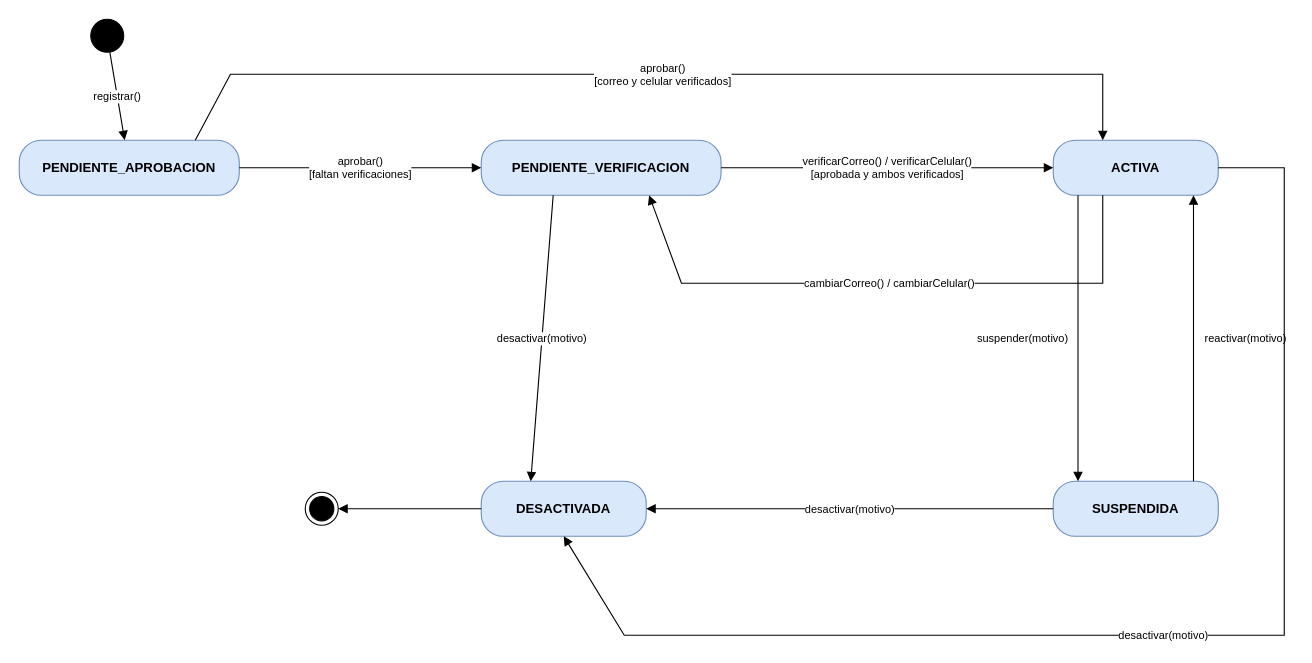
Before: page "Estado de la cuenta" (2 of 6) of documentacion/fuentes/diagramas-estado.drawio in JaiderSoto07/kudos-backend, a draw.io diagram. Source tidied: cells renumbered, new cells numbered last; positions are measured from the earlier drawing's top-left corner, leaving out a move shared by most shapes. Both pictures are drawn from the tidied source at 110%, with x=0, y=0 at pixel (19, 19).
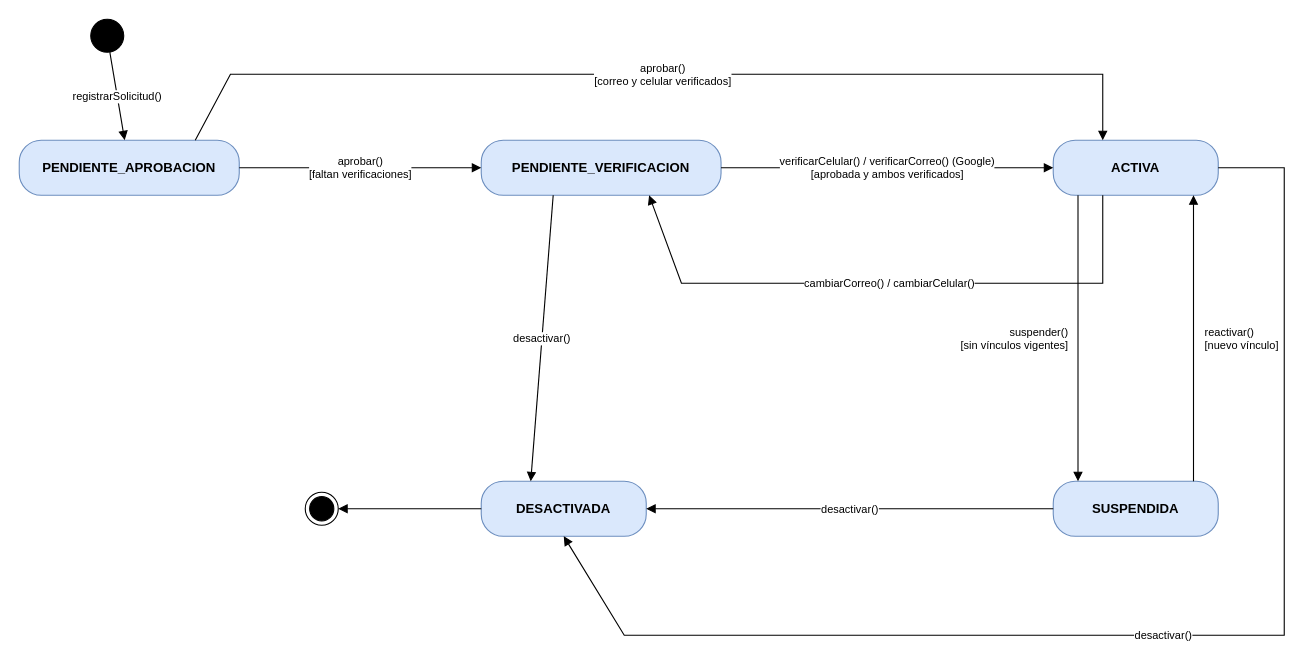
The same page after the edit.

The change refers to these unchanged cells:
```xml
<mxCell id="2" value="PENDIENTE_APROBACION" style="rounded=1;whiteSpace=wrap;html=1;arcSize=40;fillColor=#dae8fc;strokeColor=#6c8ebf;fontStyle=1;" parent="1" vertex="1">
  <mxGeometry y="110" width="200" height="50" as="geometry" />
</mxCell>
<mxCell id="3" value="PENDIENTE_VERIFICACION" style="rounded=1;whiteSpace=wrap;html=1;arcSize=40;fillColor=#dae8fc;strokeColor=#6c8ebf;fontStyle=1;" parent="1" vertex="1">
  <mxGeometry x="420" y="110" width="218" height="50" as="geometry" />
</mxCell>
<mxCell id="4" value="ACTIVA" style="rounded=1;whiteSpace=wrap;html=1;arcSize=40;fillColor=#dae8fc;strokeColor=#6c8ebf;fontStyle=1;" parent="1" vertex="1">
  <mxGeometry x="940" y="110" width="150" height="50" as="geometry" />
</mxCell>
<mxCell id="5" value="SUSPENDIDA" style="rounded=1;whiteSpace=wrap;html=1;arcSize=40;fillColor=#dae8fc;strokeColor=#6c8ebf;fontStyle=1;" parent="1" vertex="1">
  <mxGeometry x="940" y="420" width="150" height="50" as="geometry" />
</mxCell>
<mxCell id="6" value="DESACTIVADA" style="rounded=1;whiteSpace=wrap;html=1;arcSize=40;fillColor=#dae8fc;strokeColor=#6c8ebf;fontStyle=1;" parent="1" vertex="1">
  <mxGeometry x="420" y="420" width="150" height="50" as="geometry" />
</mxCell>
<mxCell id="7" style="ellipse;fillColor=#000000;strokeColor=#000000;" parent="1" vertex="1">
  <mxGeometry x="65" width="30" height="30" as="geometry" />
</mxCell>
```

What changed in the source:
```diff
@@
-    <mxCell id="8" value="registrar()" style="endArrow=block;endFill=1;html=1;rounded=0;fontSize=10;labelBackgroundColor=#ffffff;edgeStyle=none;" parent="1" edge="1" source="7" target="2">
+    <mxCell id="8" value="registrarSolicitud()" style="endArrow=block;endFill=1;html=1;rounded=0;fontSize=10;labelBackgroundColor=#ffffff;edgeStyle=none;" parent="1" edge="1" source="7" target="2">
       <mxGeometry relative="1" as="geometry" />
     </mxCell>
@@
-    <mxCell id="13" value="verificarCorreo() / verificarCelular()&lt;br&gt;[aprobada y ambos verificados]" style="endArrow=block;endFill=1;html=1;rounded=0;fontSize=10;labelBackgroundColor=#ffffff;edgeStyle=none;" parent="1" edge="1" source="3" target="4">
+    <mxCell id="13" value="verificarCelular() / verificarCorreo() (Google)&lt;br&gt;[aprobada y ambos verificados]" style="endArrow=block;endFill=1;html=1;rounded=0;fontSize=10;labelBackgroundColor=#ffffff;edgeStyle=none;" parent="1" edge="1" source="3" target="4">
       <mxGeometry relative="1" as="geometry" />
     </mxCell>
@@
-    <mxCell id="15" value="suspender(motivo)" style="endArrow=block;endFill=1;html=1;rounded=0;fontSize=10;labelBackgroundColor=#ffffff;edgeStyle=none;exitX=0.15;exitY=1;entryX=0.15;entryY=0;align=right;spacingRight=8;" parent="1" edge="1" source="4" target="5">
+    <mxCell id="15" value="suspender()&lt;br&gt;[sin vínculos vigentes]" style="endArrow=block;endFill=1;html=1;rounded=0;fontSize=10;labelBackgroundColor=#ffffff;edgeStyle=none;exitX=0.15;exitY=1;entryX=0.15;entryY=0;align=right;spacingRight=8;" parent="1" edge="1" source="4" target="5">
       <mxGeometry relative="1" as="geometry" />
     </mxCell>
-    <mxCell id="16" value="reactivar(motivo)" style="endArrow=block;endFill=1;html=1;rounded=0;fontSize=10;labelBackgroundColor=#ffffff;edgeStyle=none;exitX=0.85;exitY=0;entryX=0.85;entryY=1;align=left;spacingLeft=8;" parent="1" edge="1" source="5" target="4">
+    <mxCell id="16" value="reactivar()&lt;br&gt;[nuevo vínculo]" style="endArrow=block;endFill=1;html=1;rounded=0;fontSize=10;labelBackgroundColor=#ffffff;edgeStyle=none;exitX=0.85;exitY=0;entryX=0.85;entryY=1;align=left;spacingLeft=8;" parent="1" edge="1" source="5" target="4">
       <mxGeometry relative="1" as="geometry" />
     </mxCell>
-    <mxCell id="17" value="desactivar(motivo)" style="endArrow=block;endFill=1;html=1;rounded=0;fontSize=10;labelBackgroundColor=#ffffff;edgeStyle=none;exitX=1;exitY=0.5;entryX=0.5;entryY=1;" parent="1" edge="1" source="4" target="6">
+    <mxCell id="17" value="desactivar()" style="endArrow=block;endFill=1;html=1;rounded=0;fontSize=10;labelBackgroundColor=#ffffff;edgeStyle=none;exitX=1;exitY=0.5;entryX=0.5;entryY=1;" parent="1" edge="1" source="4" target="6">
       <mxGeometry relative="1" as="geometry">
         <Array as="points">
           <mxPoint x="1150" y="135" />
           <mxPoint x="1150" y="560" />
           <mxPoint x="550" y="560" />
         </Array>
       </mxGeometry>
     </mxCell>
-    <mxCell id="18" value="desactivar(motivo)" style="endArrow=block;endFill=1;html=1;rounded=0;fontSize=10;labelBackgroundColor=#ffffff;edgeStyle=none;" parent="1" edge="1" source="5" target="6">
+    <mxCell id="18" value="desactivar()" style="endArrow=block;endFill=1;html=1;rounded=0;fontSize=10;labelBackgroundColor=#ffffff;edgeStyle=none;" parent="1" edge="1" source="5" target="6">
       <mxGeometry relative="1" as="geometry" />
     </mxCell>
-    <mxCell id="19" value="desactivar(motivo)" style="endArrow=block;endFill=1;html=1;rounded=0;fontSize=10;labelBackgroundColor=#ffffff;edgeStyle=none;exitX=0.3;exitY=1;entryX=0.3;entryY=0;" parent="1" edge="1" source="3" target="6">
+    <mxCell id="19" value="desactivar()" style="endArrow=block;endFill=1;html=1;rounded=0;fontSize=10;labelBackgroundColor=#ffffff;edgeStyle=none;exitX=0.3;exitY=1;entryX=0.3;entryY=0;" parent="1" edge="1" source="3" target="6">
       <mxGeometry relative="1" as="geometry" />
     </mxCell>
```
